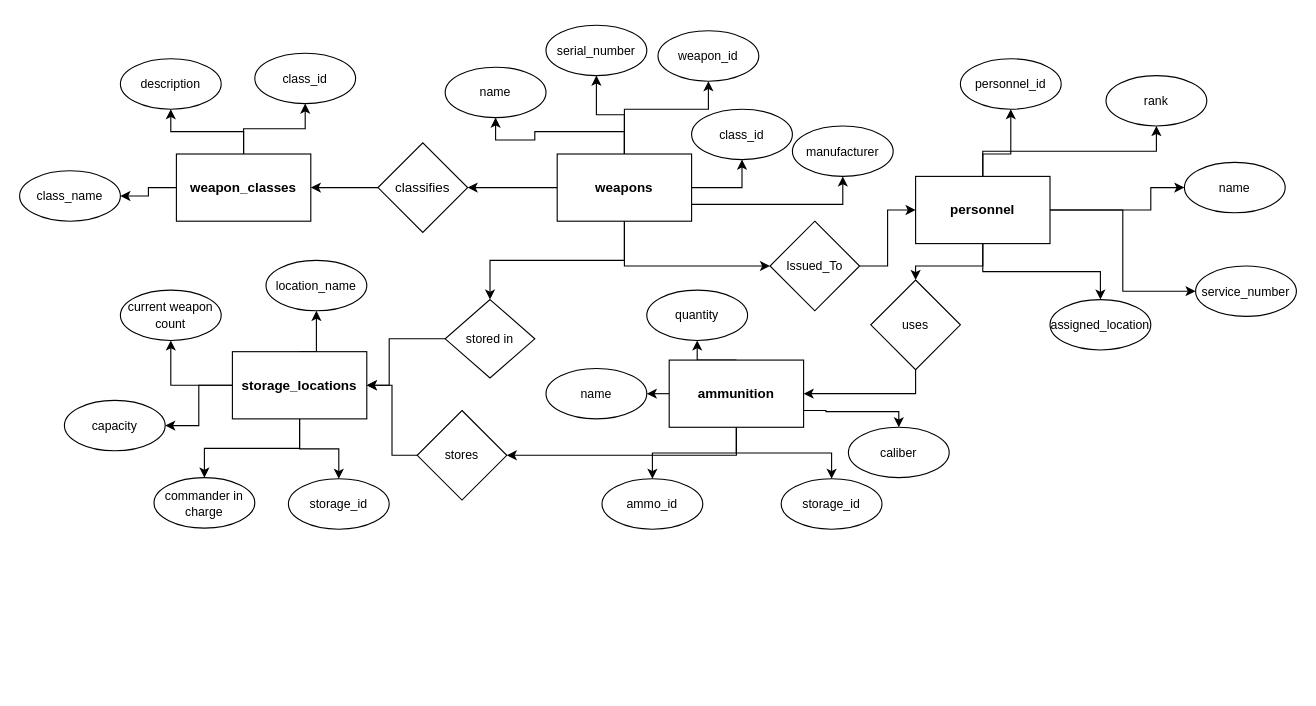
Before: Untitled Diagram.drawio in ST-SARAVANAPRIYAN/Python-project, a draw.io diagram. Source tidied: cells renumbered, new cells numbered last; positions are measured from the earlier drawing's top-left corner, leaving out a move shared by most shapes. Both pictures are drawn from the tidied source at 112%, with x=0, y=0 at pixel (19, 25).
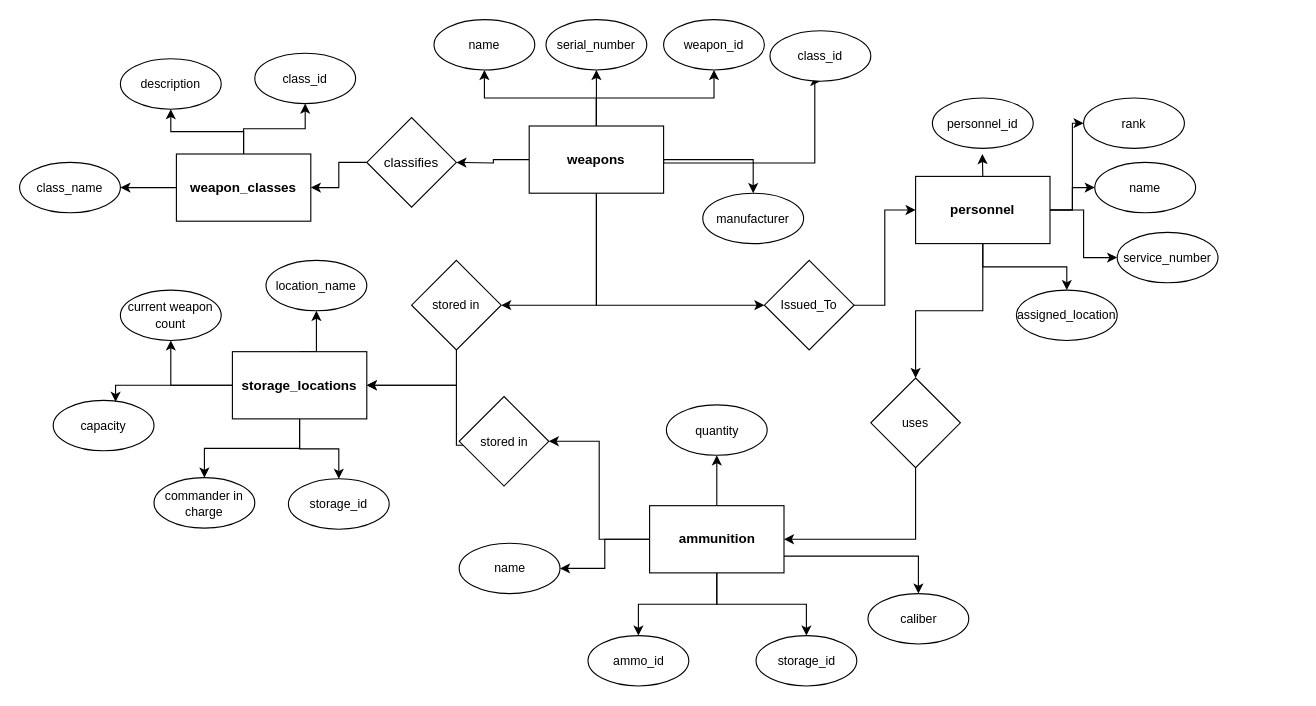
The same page after the edit.

Unchanged cells that the change refers to:
```xml
<mxCell id="32" value="&lt;span style=&quot;font-weight: 700; text-wrap-mode: nowrap;&quot;&gt;personnel&lt;/span&gt;" style="rounded=0;whiteSpace=wrap;html=1;" parent="1" vertex="1">
  <mxGeometry x="800" y="135" width="120" height="60" as="geometry" />
</mxCell>
<mxCell id="62" value="&lt;span style=&quot;font-weight: 700; text-wrap-mode: nowrap;&quot;&gt;storage_locations&lt;/span&gt;" style="rounded=0;whiteSpace=wrap;html=1;" parent="1" vertex="1">
  <mxGeometry x="190" y="291.5" width="120" height="60" as="geometry" />
</mxCell>
```

The edit, as a diff of the source:
```diff
@@
     <mxCell id="3" value="&lt;span style=&quot;font-size: 11px; text-align: left; text-wrap-mode: nowrap;&quot;&gt;class_name&lt;/span&gt;" style="ellipse;whiteSpace=wrap;html=1;" parent="1" vertex="1">
-      <mxGeometry y="130" width="90" height="45" as="geometry" />
+      <mxGeometry y="122.5" width="90" height="45" as="geometry" />
     </mxCell>
@@
     <mxCell id="5" style="edgeStyle=orthogonalEdgeStyle;rounded=0;jettySize=auto;html=1;exitX=1;exitY=0.5;exitDx=0;exitDy=0;entryX=0.5;entryY=1;entryDx=0;entryDy=0;" parent="1" edge="1" source="12" target="22">
-      <mxGeometry relative="1" as="geometry" />
+      <mxGeometry relative="1" as="geometry">
+        <Array as="points">
+          <mxPoint x="710" y="123" />
+        </Array>
+      </mxGeometry>
     </mxCell>
-    <mxCell id="6" style="edgeStyle=orthogonalEdgeStyle;rounded=0;jettySize=auto;html=1;exitX=1;exitY=0.75;exitDx=0;exitDy=0;entryX=0.5;entryY=1;entryDx=0;entryDy=0;" parent="1" edge="1" source="12" target="20">
-      <mxGeometry relative="1" as="geometry" />
-    </mxCell>
@@
-    <mxCell id="8" style="edgeStyle=orthogonalEdgeStyle;rounded=0;jettySize=auto;html=1;exitX=0;exitY=0.5;exitDx=0;exitDy=0;" parent="1" edge="1" source="12" target="25">
-      <mxGeometry relative="1" as="geometry" />
+    <mxCell id="8" style="edgeStyle=orthogonalEdgeStyle;rounded=0;jettySize=auto;html=1;exitX=0;exitY=0.5;exitDx=0;exitDy=0;" parent="1" edge="1" source="12">
+      <mxGeometry relative="1" as="geometry">
+        <mxPoint x="390" y="122.5" as="targetPoint" />
+      </mxGeometry>
     </mxCell>
+    <mxCell id="11" style="edgeStyle=orthogonalEdgeStyle;rounded=0;jettySize=auto;html=1;exitX=0.5;exitY=0;exitDx=0;exitDy=0;entryX=0.5;entryY=1;entryDx=0;entryDy=0;" parent="1" edge="1" source="12" target="23">
+      <mxGeometry relative="1" as="geometry" />
+    </mxCell>
     <mxCell id="9" style="edgeStyle=orthogonalEdgeStyle;rounded=0;jettySize=auto;html=1;exitX=0.5;exitY=0;exitDx=0;exitDy=0;entryX=0.5;entryY=1;entryDx=0;entryDy=0;" parent="1" edge="1" source="12" target="17">
-      <mxGeometry relative="1" as="geometry">
-        <Array as="points">
-          <mxPoint x="540" y="75" />
-          <mxPoint x="615" y="75" />
-        </Array>
-      </mxGeometry>
+      <mxGeometry relative="1" as="geometry" />
     </mxCell>
+    <mxCell id="6" style="edgeStyle=orthogonalEdgeStyle;rounded=0;jettySize=auto;html=1;exitX=1;exitY=0.5;exitDx=0;exitDy=0;entryX=0.5;entryY=0;entryDx=0;entryDy=0;" parent="1" edge="1" source="12" target="20">
+      <mxGeometry relative="1" as="geometry" />
+    </mxCell>
@@
-    <mxCell id="11" style="edgeStyle=orthogonalEdgeStyle;rounded=0;jettySize=auto;html=1;exitX=0.5;exitY=0;exitDx=0;exitDy=0;entryX=0.5;entryY=1;entryDx=0;entryDy=0;" parent="1" edge="1" source="12" target="23">
-      <mxGeometry relative="1" as="geometry" />
-    </mxCell>
+    <mxCell id="67" style="edgeStyle=orthogonalEdgeStyle;rounded=0;jettySize=auto;html=1;exitX=0.5;exitY=1;exitDx=0;exitDy=0;entryX=1;entryY=0.5;entryDx=0;entryDy=0;" parent="1" edge="1" source="12" target="66">
+      <mxGeometry relative="1" as="geometry">
+        <Array as="points">
+          <mxPoint x="515" y="250" />
+        </Array>
+      </mxGeometry>
+    </mxCell>
     <mxCell id="12" value="&lt;span style=&quot;font-weight: 700; text-wrap-mode: nowrap;&quot;&gt;weapons&lt;/span&gt;" style="rounded=0;whiteSpace=wrap;html=1;" parent="1" vertex="1">
-      <mxGeometry x="480" y="115" width="120" height="60" as="geometry" />
+      <mxGeometry x="455" y="90" width="120" height="60" as="geometry" />
     </mxCell>
@@
     <mxCell id="17" value="&lt;span style=&quot;font-size: 11px; text-align: left; text-wrap-mode: nowrap;&quot;&gt;weapon_id&lt;/span&gt;" style="ellipse;whiteSpace=wrap;html=1;" parent="1" vertex="1">
-      <mxGeometry x="570" y="5" width="90" height="45" as="geometry" />
+      <mxGeometry x="575" y="-5" width="90" height="45" as="geometry" />
     </mxCell>
@@
     <mxCell id="19" value="&lt;span style=&quot;font-size: 11px; text-align: left; text-wrap-mode: nowrap;&quot;&gt;personnel_id&lt;/span&gt;" style="ellipse;whiteSpace=wrap;html=1;" parent="1" vertex="1">
-      <mxGeometry x="840" y="30" width="90" height="45" as="geometry" />
+      <mxGeometry x="815" y="65" width="90" height="45" as="geometry" />
     </mxCell>
     <mxCell id="20" value="&lt;span style=&quot;font-size: 11px; text-align: left; text-wrap-mode: nowrap;&quot;&gt;manufacturer&lt;/span&gt;" style="ellipse;whiteSpace=wrap;html=1;" parent="1" vertex="1">
-      <mxGeometry x="690" y="90" width="90" height="45" as="geometry" />
+      <mxGeometry x="610" y="150" width="90" height="45" as="geometry" />
     </mxCell>
     <mxCell id="21" value="&lt;span style=&quot;font-size: 11px; text-align: left; text-wrap-mode: nowrap;&quot;&gt;serial_number&lt;/span&gt;" style="ellipse;whiteSpace=wrap;html=1;" parent="1" vertex="1">
-      <mxGeometry x="470" width="90" height="45" as="geometry" />
+      <mxGeometry x="470" y="-5" width="90" height="45" as="geometry" />
     </mxCell>
     <mxCell id="22" value="&lt;span style=&quot;font-size: 11px; text-align: left; text-wrap-mode: nowrap;&quot;&gt;class_id&lt;/span&gt;" style="ellipse;whiteSpace=wrap;html=1;" parent="1" vertex="1">
-      <mxGeometry x="600" y="75" width="90" height="45" as="geometry" />
+      <mxGeometry x="670" y="5" width="90" height="45" as="geometry" />
     </mxCell>
     <mxCell id="23" value="&lt;span style=&quot;font-size: 11px; text-align: left; text-wrap-mode: nowrap;&quot;&gt;name&lt;/span&gt;" style="ellipse;whiteSpace=wrap;html=1;" parent="1" vertex="1">
-      <mxGeometry x="380" y="37.5" width="90" height="45" as="geometry" />
+      <mxGeometry x="370" y="-5" width="90" height="45" as="geometry" />
     </mxCell>
@@
     <mxCell id="25" value="classifies" style="rhombus;whiteSpace=wrap;html=1;direction=south;" parent="1" vertex="1">
-      <mxGeometry x="320" y="105" width="80" height="80" as="geometry" />
+      <mxGeometry x="310" y="82.5" width="80" height="80" as="geometry" />
     </mxCell>
-    <mxCell id="26" style="edgeStyle=orthogonalEdgeStyle;rounded=0;jettySize=auto;html=1;exitX=0.5;exitY=0;exitDx=0;exitDy=0;entryX=0.5;entryY=1;entryDx=0;entryDy=0;" parent="1" edge="1" source="32" target="19">
-      <mxGeometry relative="1" as="geometry">
-        <Array as="points">
-          <mxPoint x="860" y="115" />
-          <mxPoint x="885" y="115" />
-        </Array>
-      </mxGeometry>
-    </mxCell>
-    <mxCell id="27" style="edgeStyle=orthogonalEdgeStyle;rounded=0;jettySize=auto;html=1;exitX=0.5;exitY=0;exitDx=0;exitDy=0;entryX=0.5;entryY=1;entryDx=0;entryDy=0;" parent="1" edge="1" source="32" target="40">
-      <mxGeometry relative="1" as="geometry" />
-    </mxCell>
+    <mxCell id="30" style="edgeStyle=orthogonalEdgeStyle;rounded=0;jettySize=auto;html=1;exitX=0.5;exitY=1;exitDx=0;exitDy=0;entryX=0.5;entryY=0;entryDx=0;entryDy=0;" parent="1" edge="1" source="32" target="38">
+      <mxGeometry relative="1" as="geometry" />
+    </mxCell>
+    <mxCell id="31" style="edgeStyle=orthogonalEdgeStyle;rounded=0;jettySize=auto;html=1;exitX=0.5;exitY=1;exitDx=0;exitDy=0;entryX=0.5;entryY=0;entryDx=0;entryDy=0;" parent="1" edge="1" source="32" target="51">
+      <mxGeometry relative="1" as="geometry" />
+    </mxCell>
     <mxCell id="28" style="edgeStyle=orthogonalEdgeStyle;rounded=0;jettySize=auto;html=1;exitX=1;exitY=0.5;exitDx=0;exitDy=0;entryX=0;entryY=0.5;entryDx=0;entryDy=0;" parent="1" edge="1" source="32" target="41">
-      <mxGeometry relative="1" as="geometry">
-        <Array as="points">
-          <mxPoint x="1010" y="165" />
-          <mxPoint x="1010" y="145" />
-        </Array>
-      </mxGeometry>
+      <mxGeometry relative="1" as="geometry" />
     </mxCell>
@@
-    <mxCell id="30" style="edgeStyle=orthogonalEdgeStyle;rounded=0;jettySize=auto;html=1;exitX=0.5;exitY=1;exitDx=0;exitDy=0;entryX=0.5;entryY=0;entryDx=0;entryDy=0;" parent="1" edge="1" source="32" target="38">
-      <mxGeometry relative="1" as="geometry" />
-    </mxCell>
-    <mxCell id="31" style="edgeStyle=orthogonalEdgeStyle;rounded=0;jettySize=auto;html=1;exitX=0.5;exitY=1;exitDx=0;exitDy=0;entryX=0.5;entryY=0;entryDx=0;entryDy=0;" parent="1" edge="1" source="32" target="51">
-      <mxGeometry relative="1" as="geometry" />
-    </mxCell>
+    <mxCell id="27" style="edgeStyle=orthogonalEdgeStyle;rounded=0;jettySize=auto;html=1;exitX=1;exitY=0.5;exitDx=0;exitDy=0;entryX=0;entryY=0.5;entryDx=0;entryDy=0;" parent="1" edge="1" source="32" target="40">
+      <mxGeometry relative="1" as="geometry">
+        <Array as="points">
+          <mxPoint x="940" y="165" />
+          <mxPoint x="940" y="88" />
+        </Array>
+      </mxGeometry>
+    </mxCell>
+    <mxCell id="68" style="edgeStyle=orthogonalEdgeStyle;rounded=0;jettySize=auto;html=1;exitX=0.5;exitY=0;exitDx=0;exitDy=0;" parent="1" edge="1" source="32">
+      <mxGeometry relative="1" as="geometry">
+        <mxPoint x="859.6" y="115" as="targetPoint" />
+      </mxGeometry>
+    </mxCell>
@@
     <mxCell id="33" value="&lt;span style=&quot;font-size: 11px; text-align: left; text-wrap-mode: nowrap;&quot;&gt;storage_id&lt;/span&gt;" style="ellipse;whiteSpace=wrap;html=1;" parent="1" vertex="1">
-      <mxGeometry x="680" y="405" width="90" height="45" as="geometry" />
+      <mxGeometry x="657.5" y="545" width="90" height="45" as="geometry" />
     </mxCell>
     <mxCell id="34" value="&lt;span style=&quot;font-size: 11px; text-align: left; text-wrap-mode: nowrap;&quot;&gt;quantity&lt;/span&gt;" style="ellipse;whiteSpace=wrap;html=1;" parent="1" vertex="1">
-      <mxGeometry x="560" y="236.5" width="90" height="45" as="geometry" />
+      <mxGeometry x="577.5" y="339" width="90" height="45" as="geometry" />
     </mxCell>
     <mxCell id="35" value="&lt;span style=&quot;font-size: 11px; text-align: left; text-wrap-mode: nowrap;&quot;&gt;caliber&lt;/span&gt;" style="ellipse;whiteSpace=wrap;html=1;" parent="1" vertex="1">
-      <mxGeometry x="740" y="359" width="90" height="45" as="geometry" />
+      <mxGeometry x="757.5" y="507.5" width="90" height="45" as="geometry" />
     </mxCell>
     <mxCell id="36" value="&lt;span style=&quot;font-size: 11px; text-align: left; text-wrap-mode: nowrap;&quot;&gt;name&lt;/span&gt;" style="ellipse;whiteSpace=wrap;html=1;" parent="1" vertex="1">
-      <mxGeometry x="470" y="306.5" width="90" height="45" as="geometry" />
+      <mxGeometry x="392.5" y="462.5" width="90" height="45" as="geometry" />
     </mxCell>
     <mxCell id="37" value="&lt;span style=&quot;font-size: 11px; text-align: left; text-wrap-mode: nowrap;&quot;&gt;ammo_id&lt;/span&gt;" style="ellipse;whiteSpace=wrap;html=1;" parent="1" vertex="1">
-      <mxGeometry x="520" y="405" width="90" height="45" as="geometry" />
+      <mxGeometry x="507.5" y="545" width="90" height="45" as="geometry" />
     </mxCell>
     <mxCell id="38" value="&lt;span style=&quot;font-size: 11px; text-align: left; text-wrap-mode: nowrap;&quot;&gt;assigned_location&lt;/span&gt;" style="ellipse;whiteSpace=wrap;html=1;" parent="1" vertex="1">
-      <mxGeometry x="920" y="245" width="90" height="45" as="geometry" />
+      <mxGeometry x="890" y="236.5" width="90" height="45" as="geometry" />
     </mxCell>
     <mxCell id="39" value="&lt;span style=&quot;font-size: 11px; text-align: left; text-wrap-mode: nowrap;&quot;&gt;service_number&lt;/span&gt;" style="ellipse;whiteSpace=wrap;html=1;" parent="1" vertex="1">
-      <mxGeometry x="1050" y="215" width="90" height="45" as="geometry" />
+      <mxGeometry x="980" y="185" width="90" height="45" as="geometry" />
     </mxCell>
     <mxCell id="40" value="&lt;span style=&quot;font-size: 11px; text-align: left; text-wrap-mode: nowrap;&quot;&gt;rank&lt;/span&gt;" style="ellipse;whiteSpace=wrap;html=1;" parent="1" vertex="1">
-      <mxGeometry x="970" y="45" width="90" height="45" as="geometry" />
+      <mxGeometry x="950" y="65" width="90" height="45" as="geometry" />
     </mxCell>
     <mxCell id="41" value="&lt;span style=&quot;font-size: 11px; text-align: left; text-wrap-mode: nowrap;&quot;&gt;name&lt;/span&gt;" style="ellipse;whiteSpace=wrap;html=1;" parent="1" vertex="1">
-      <mxGeometry x="1040" y="122.5" width="90" height="45" as="geometry" />
+      <mxGeometry x="960" y="122.5" width="90" height="45" as="geometry" />
     </mxCell>
@@
     <mxCell id="43" value="&lt;span style=&quot;font-size: 11px; text-wrap-mode: nowrap; background-color: rgb(255, 255, 255);&quot;&gt;Issued_To&lt;/span&gt;" style="rhombus;whiteSpace=wrap;html=1;" parent="1" vertex="1">
-      <mxGeometry x="670" y="175" width="80" height="80" as="geometry" />
+      <mxGeometry x="665" y="210" width="80" height="80" as="geometry" />
     </mxCell>
@@
-    <mxCell id="48" style="edgeStyle=orthogonalEdgeStyle;rounded=0;jettySize=auto;html=1;exitX=1;exitY=0.75;exitDx=0;exitDy=0;entryX=0.5;entryY=0;entryDx=0;entryDy=0;" parent="1" edge="1" source="50" target="35">
-      <mxGeometry relative="1" as="geometry">
-        <Array as="points">
-          <mxPoint x="720" y="344" />
-          <mxPoint x="720" y="345" />
-          <mxPoint x="785" y="345" />
-        </Array>
-      </mxGeometry>
+    <mxCell id="48" style="edgeStyle=orthogonalEdgeStyle;rounded=0;jettySize=auto;html=1;exitX=1;exitY=0.75;exitDx=0;exitDy=0;" parent="1" edge="1" source="50" target="35">
+      <mxGeometry relative="1" as="geometry" />
     </mxCell>
-    <mxCell id="49" style="edgeStyle=orthogonalEdgeStyle;rounded=0;jettySize=auto;html=1;exitX=0.5;exitY=1;exitDx=0;exitDy=0;entryX=1;entryY=0.5;entryDx=0;entryDy=0;" parent="1" edge="1" source="50" target="64">
+    <mxCell id="49" style="edgeStyle=orthogonalEdgeStyle;rounded=0;jettySize=auto;html=1;exitX=0;exitY=0.5;exitDx=0;exitDy=0;entryX=1;entryY=0.5;entryDx=0;entryDy=0;" parent="1" edge="1" source="50" target="64">
       <mxGeometry relative="1" as="geometry" />
     </mxCell>
     <mxCell id="50" value="&lt;span style=&quot;font-weight: 700; text-wrap-mode: nowrap;&quot;&gt;ammunition&lt;/span&gt;" style="rounded=0;whiteSpace=wrap;html=1;" parent="1" vertex="1">
-      <mxGeometry x="580" y="299" width="120" height="60" as="geometry" />
+      <mxGeometry x="562.5" y="429" width="120" height="60" as="geometry" />
     </mxCell>
     <mxCell id="51" value="&lt;span style=&quot;font-size: 11px; text-wrap-mode: nowrap; background-color: rgb(255, 255, 255);&quot;&gt;uses&lt;/span&gt;" style="rhombus;whiteSpace=wrap;html=1;" parent="1" vertex="1">
-      <mxGeometry x="760" y="227.5" width="80" height="80" as="geometry" />
+      <mxGeometry x="760" y="315" width="80" height="80" as="geometry" />
     </mxCell>
@@
     <mxCell id="54" value="&lt;span style=&quot;font-size: 11px; text-align: left; text-wrap-mode: nowrap;&quot;&gt;capacity&lt;/span&gt;" style="ellipse;whiteSpace=wrap;html=1;" parent="1" vertex="1">
-      <mxGeometry x="40" y="335" width="90" height="45" as="geometry" />
+      <mxGeometry x="30" y="335" width="90" height="45" as="geometry" />
     </mxCell>
@@
-    <mxCell id="58" style="edgeStyle=orthogonalEdgeStyle;rounded=0;jettySize=auto;html=1;exitX=0;exitY=0.5;exitDx=0;exitDy=0;entryX=1;entryY=0.5;entryDx=0;entryDy=0;" parent="1" edge="1" source="62" target="54">
-      <mxGeometry relative="1" as="geometry" />
-    </mxCell>
@@
     <mxCell id="63" style="edgeStyle=orthogonalEdgeStyle;rounded=0;jettySize=auto;html=1;exitX=0;exitY=0.5;exitDx=0;exitDy=0;entryX=1;entryY=0.5;entryDx=0;entryDy=0;" parent="1" edge="1" source="64" target="62">
-      <mxGeometry relative="1" as="geometry" />
+      <mxGeometry relative="1" as="geometry">
+        <Array as="points">
+          <mxPoint x="415" y="375" />
+          <mxPoint x="390" y="375" />
+          <mxPoint x="390" y="321" />
+        </Array>
+      </mxGeometry>
     </mxCell>
-    <mxCell id="64" value="&lt;span style=&quot;font-size: 11px; text-wrap-mode: nowrap; background-color: rgb(255, 255, 255);&quot;&gt;stores&lt;/span&gt;" style="rhombus;whiteSpace=wrap;html=1;" parent="1" vertex="1">
-      <mxGeometry x="355" y="344" width="80" height="80" as="geometry" />
+    <mxCell id="64" value="&lt;span style=&quot;font-size: 11px; text-wrap-mode: nowrap; background-color: rgb(255, 255, 255);&quot;&gt;stored in&lt;/span&gt;" style="rhombus;whiteSpace=wrap;html=1;" parent="1" vertex="1">
+      <mxGeometry x="392.5" y="331.5" width="80" height="80" as="geometry" />
     </mxCell>
-    <mxCell id="65" style="edgeStyle=orthogonalEdgeStyle;rounded=0;jettySize=auto;html=1;entryX=1;entryY=0.5;entryDx=0;entryDy=0;" parent="1" edge="1" source="66" target="62">
-      <mxGeometry relative="1" as="geometry">
-        <Array as="points">
-          <mxPoint x="330" y="280" />
-          <mxPoint x="330" y="321" />
-        </Array>
-      </mxGeometry>
+    <mxCell id="65" style="edgeStyle=orthogonalEdgeStyle;rounded=0;jettySize=auto;html=1;exitX=0.5;exitY=1;exitDx=0;exitDy=0;entryX=1;entryY=0.5;entryDx=0;entryDy=0;" parent="1" edge="1" source="66" target="62">
+      <mxGeometry relative="1" as="geometry" />
     </mxCell>
     <mxCell id="66" value="&lt;span style=&quot;font-size: 11px; text-wrap-mode: nowrap; background-color: rgb(255, 255, 255);&quot;&gt;stored in&lt;/span&gt;" style="rhombus;whiteSpace=wrap;html=1;" parent="1" vertex="1">
-      <mxGeometry x="380" y="245" width="80" height="70" as="geometry" />
+      <mxGeometry x="350" y="210" width="80" height="80" as="geometry" />
     </mxCell>
-    <mxCell id="67" style="edgeStyle=orthogonalEdgeStyle;rounded=0;jettySize=auto;html=1;exitX=0.5;exitY=1;exitDx=0;exitDy=0;entryX=0.5;entryY=0;entryDx=0;entryDy=0;" parent="1" edge="1" source="12" target="66">
-      <mxGeometry relative="1" as="geometry" />
-    </mxCell>
+    <mxCell id="58" style="edgeStyle=orthogonalEdgeStyle;rounded=0;jettySize=auto;html=1;exitX=0;exitY=0.5;exitDx=0;exitDy=0;entryX=0.619;entryY=0.028;entryDx=0;entryDy=0;entryPerimeter=0;" parent="1" edge="1" source="62" target="54">
+      <mxGeometry relative="1" as="geometry">
+        <Array as="points">
+          <mxPoint x="86" y="321" />
+        </Array>
+      </mxGeometry>
+    </mxCell>
```
